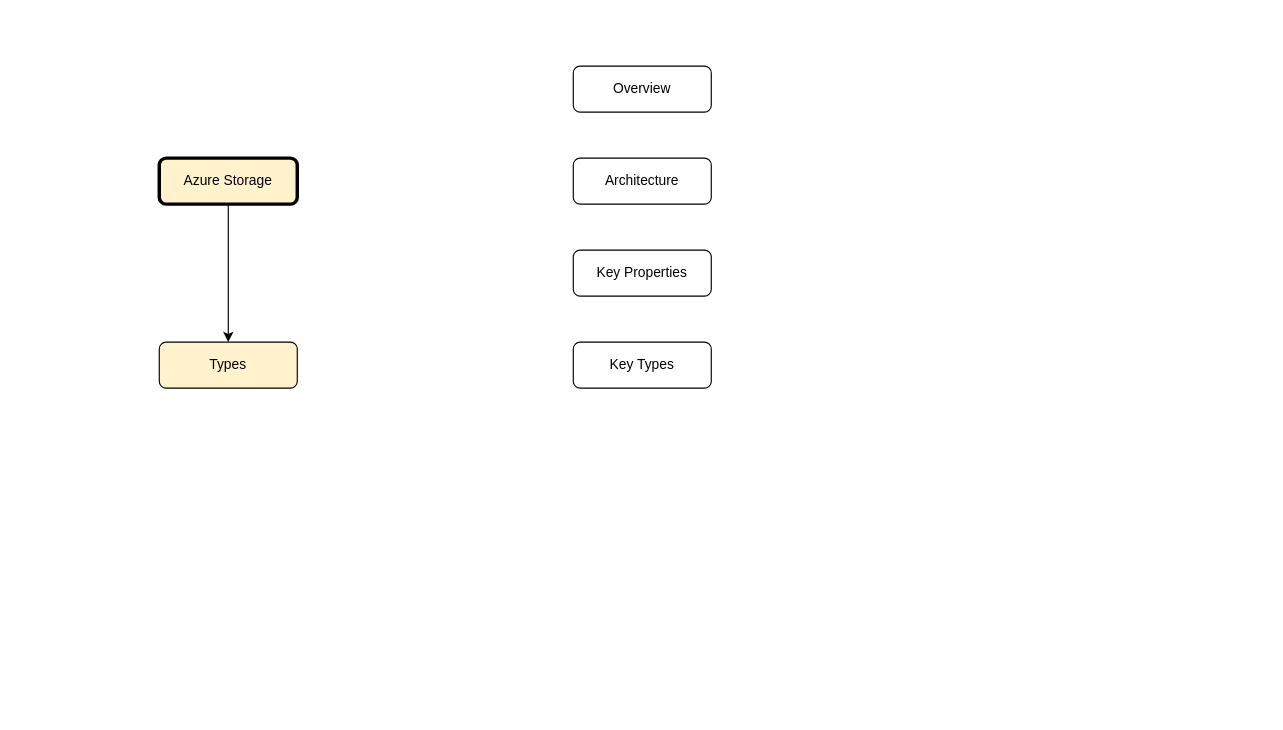
Above: Cloud/Azure/Azure Storage.drawio in FilledVaccum/MindMaps (draw.io), before the change. Source tidied: cells renumbered, new cells numbered last; positions are measured from the earlier drawing's top-left corner, leaving out a move shared by most shapes. Both pictures are drawn from the tidied source at 115%, with x=0, y=0 at pixel (159, 66).
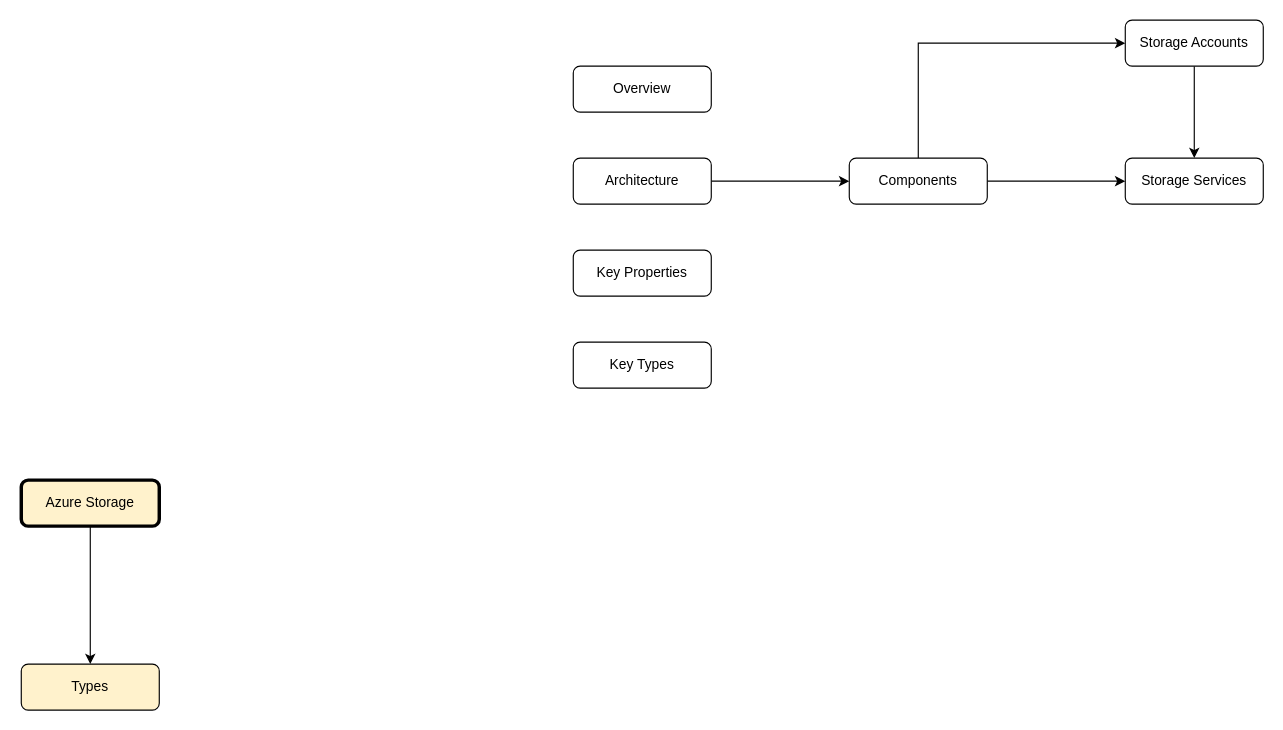
The same diagram, later.

The edit, as a diff of the source:
```diff
@@
 <mxGraphModel>
   <root>
     <mxCell id="0" />
     <mxCell id="1" parent="0" />
     <mxCell id="2" style="edgeStyle=orthogonalEdgeStyle;rounded=0;jettySize=auto;html=1;fontFamily=Helvetica;fontSize=12;fontColor=default;" parent="1" edge="1" source="3" target="8">
       <mxGeometry relative="1" as="geometry" />
     </mxCell>
     <mxCell id="3" value="Azure Storage" style="rounded=1;whiteSpace=wrap;html=1;fillColor=#fff2cc;strokeColor=#000000;strokeWidth=3;" parent="1" vertex="1">
-      <mxGeometry y="80" width="120" height="40" as="geometry" />
+      <mxGeometry x="-120" y="360" width="120" height="40" as="geometry" />
     </mxCell>
     <mxCell id="4" value="Overview" style="rounded=1;whiteSpace=wrap;html=1;" parent="1" vertex="1">
       <mxGeometry x="360" width="120" height="40" as="geometry" />
     </mxCell>
+    <mxCell id="9" style="edgeStyle=orthogonalEdgeStyle;rounded=0;jettySize=auto;html=1;fontFamily=Helvetica;fontSize=12;fontColor=default;" parent="1" edge="1" source="5" target="12">
+      <mxGeometry relative="1" as="geometry" />
+    </mxCell>
     <mxCell id="5" value="Architecture" style="rounded=1;whiteSpace=wrap;html=1;" parent="1" vertex="1">
       <mxGeometry x="360" y="80" width="120" height="40" as="geometry" />
     </mxCell>
     <mxCell id="6" value="Key Properties" style="rounded=1;whiteSpace=wrap;html=1;" parent="1" vertex="1">
       <mxGeometry x="360" y="160" width="120" height="40" as="geometry" />
     </mxCell>
     <mxCell id="7" value="Key Types" style="rounded=1;whiteSpace=wrap;html=1;" parent="1" vertex="1">
       <mxGeometry x="360" y="240" width="120" height="40" as="geometry" />
     </mxCell>
     <mxCell id="8" value="Types" style="whiteSpace=wrap;html=1;fillColor=#fff2cc;strokeColor=#000000;rounded=1;strokeWidth=1;" parent="1" vertex="1">
-      <mxGeometry y="240" width="120" height="40" as="geometry" />
+      <mxGeometry x="-120" y="520" width="120" height="40" as="geometry" />
     </mxCell>
+    <mxCell id="10" style="edgeStyle=orthogonalEdgeStyle;rounded=0;jettySize=auto;html=1;fontFamily=Helvetica;fontSize=12;fontColor=default;" parent="1" edge="1" source="12" target="14">
+      <mxGeometry relative="1" as="geometry">
+        <Array as="points">
+          <mxPoint x="660" y="-20" />
+        </Array>
+      </mxGeometry>
+    </mxCell>
+    <mxCell id="11" style="edgeStyle=orthogonalEdgeStyle;rounded=0;jettySize=auto;html=1;fontFamily=Helvetica;fontSize=12;fontColor=default;" parent="1" edge="1" source="12" target="15">
+      <mxGeometry relative="1" as="geometry" />
+    </mxCell>
+    <mxCell id="12" value="Components" style="whiteSpace=wrap;html=1;rounded=1;" parent="1" vertex="1">
+      <mxGeometry x="600" y="80" width="120" height="40" as="geometry" />
+    </mxCell>
+    <mxCell id="13" style="edgeStyle=orthogonalEdgeStyle;rounded=0;jettySize=auto;html=1;fontFamily=Helvetica;fontSize=12;fontColor=default;" parent="1" edge="1" source="14" target="15">
+      <mxGeometry relative="1" as="geometry" />
+    </mxCell>
+    <mxCell id="14" value="Storage Accounts" style="whiteSpace=wrap;html=1;rounded=1;" parent="1" vertex="1">
+      <mxGeometry x="840" y="-40" width="120" height="40" as="geometry" />
+    </mxCell>
+    <mxCell id="15" value="Storage Services" style="whiteSpace=wrap;html=1;rounded=1;" parent="1" vertex="1">
+      <mxGeometry x="840" y="80" width="120" height="40" as="geometry" />
+    </mxCell>
   </root>
 </mxGraphModel>
```
